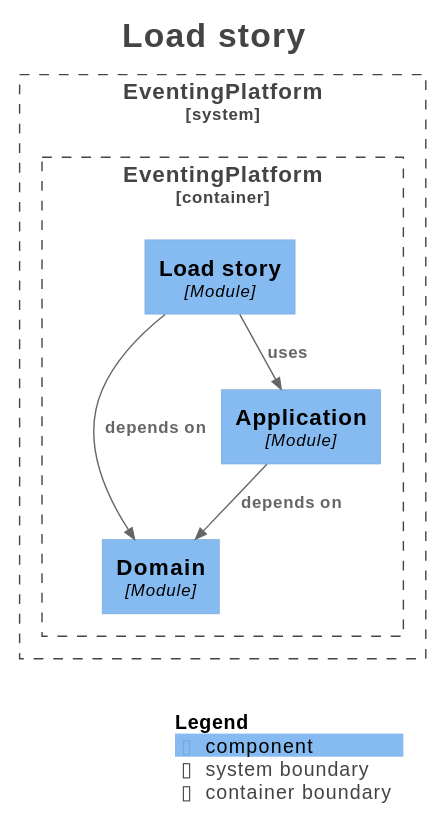
Mathmagicians/confluent-eventing-playground keeps this PlantUML diagram as docs/generated/architecture/svg/module-stories.load.svg. Above is the earlier version.
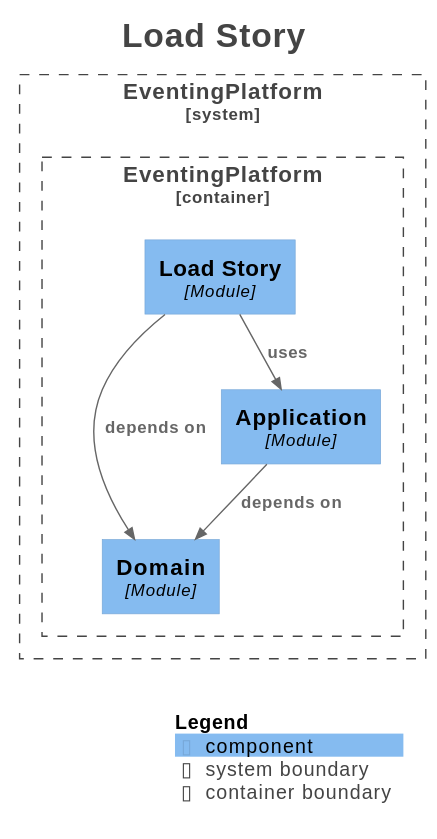
The same file after the commit.

The edit, as a diff of the source:
```diff
@@ -1,6 +1,6 @@
 @startuml
 !pragma layout smetana
-title <size:24>Load story</size>
+title <size:24>Load Story</size>
 
 set separator none
 top to bottom direction
@@ -18,16 +18,16 @@
 
 System_Boundary("EventingPlatform_boundary", "EventingPlatform", $tags="") {
   Container_Boundary("EventingPlatform.EventingPlatform_boundary", "EventingPlatform", $tags="") {
-    Component(EventingPlatform.EventingPlatform.Loadstory, "Load story", $techn="Module", $descr="", $tags="", $link="")
+    Component(EventingPlatform.EventingPlatform.LoadStory, "Load Story", $techn="Module", $descr="", $tags="", $link="")
     Component(EventingPlatform.EventingPlatform.Domain, "Domain", $techn="Module", $descr="", $tags="", $link="")
     Component(EventingPlatform.EventingPlatform.Application, "Application", $techn="Module", $descr="", $tags="", $link="")
   }
 
 }
 
+Rel(EventingPlatform.EventingPlatform.LoadStory, EventingPlatform.EventingPlatform.Domain, "depends on", $techn="", $tags="", $link="")
+Rel(EventingPlatform.EventingPlatform.LoadStory, EventingPlatform.EventingPlatform.Application, "uses", $techn="", $tags="", $link="")
 Rel(EventingPlatform.EventingPlatform.Application, EventingPlatform.EventingPlatform.Domain, "depends on", $techn="", $tags="", $link="")
-Rel(EventingPlatform.EventingPlatform.Loadstory, EventingPlatform.EventingPlatform.Domain, "depends on", $techn="", $tags="", $link="")
-Rel(EventingPlatform.EventingPlatform.Loadstory, EventingPlatform.EventingPlatform.Application, "uses", $techn="", $tags="", $link="")
 
 SHOW_LEGEND(true)
 hide stereotypes
```
